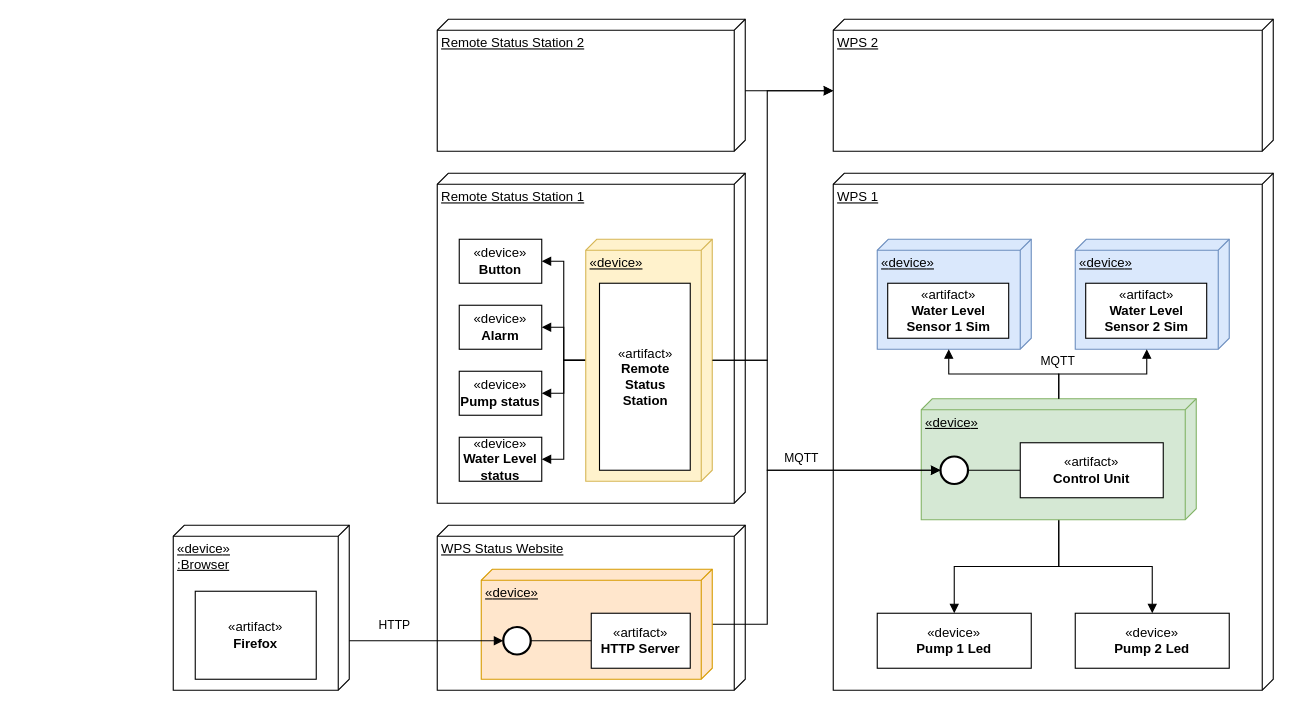
The draw.io diagram delivery-1/deployment-diagram-WPS.drawio in mendes-r/mescc-cslab, before the edit. Source tidied: cells renumbered, new cells numbered last; positions are measured from the earlier drawing's top-left corner, leaving out a move shared by most shapes. Both pictures are drawn from the tidied source at 110%, with x=0, y=0 at pixel (173, 19).
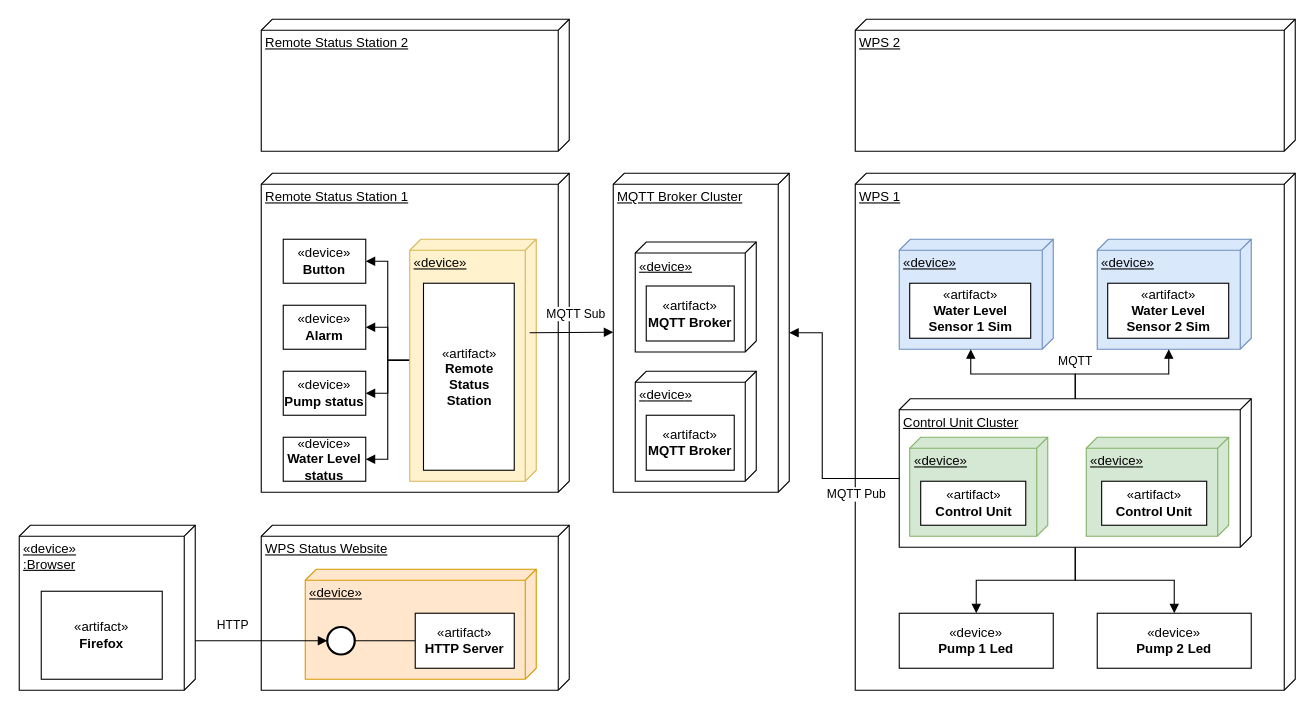
The same page after the edit.

What changed in the source:
```diff
@@
+    <mxCell id="45" value="MQTT Broker Cluster" style="verticalAlign=top;align=left;spacingTop=8;spacingLeft=2;spacingRight=12;shape=cube;size=10;direction=south;fontStyle=4;html=1;whiteSpace=wrap;" parent="1" vertex="1">
+      <mxGeometry x="400" y="140" width="160" height="290" as="geometry" />
+    </mxCell>
     <mxCell id="2" value="Remote Status Station 1" style="verticalAlign=top;align=left;spacingTop=8;spacingLeft=2;spacingRight=12;shape=cube;size=10;direction=south;fontStyle=4;html=1;whiteSpace=wrap;" parent="1" vertex="1">
-      <mxGeometry x="240" y="140" width="280" height="300" as="geometry" />
+      <mxGeometry x="80" y="140" width="280" height="290" as="geometry" />
     </mxCell>
     <mxCell id="3" value="WPS 1" style="verticalAlign=top;align=left;spacingTop=8;spacingLeft=2;spacingRight=12;shape=cube;size=10;direction=south;fontStyle=4;html=1;whiteSpace=wrap;" parent="1" vertex="1">
-      <mxGeometry x="600" y="140" width="400" height="470" as="geometry" />
+      <mxGeometry x="620" y="140" width="400" height="470" as="geometry" />
     </mxCell>
@@
-    <mxCell id="6" value="«&lt;span style=&quot;background-color: initial;&quot;&gt;device&lt;/span&gt;»" style="verticalAlign=top;align=left;spacingTop=8;spacingLeft=2;spacingRight=12;shape=cube;size=10;direction=south;fontStyle=4;html=1;whiteSpace=wrap;fillColor=#d5e8d4;strokeColor=#82b366;" parent="1" vertex="1">
-      <mxGeometry x="680" y="345" width="250" height="110" as="geometry" />
+    <mxCell id="6" value="Control Unit Cluster" style="verticalAlign=top;align=left;spacingTop=8;spacingLeft=2;spacingRight=12;shape=cube;size=10;direction=south;fontStyle=4;html=1;whiteSpace=wrap;" parent="1" vertex="1">
+      <mxGeometry x="660" y="345" width="320" height="135" as="geometry" />
     </mxCell>
-    <mxCell id="7" style="edgeStyle=orthogonalEdgeStyle;rounded=0;jettySize=auto;html=1;entryX=0;entryY=0.5;entryDx=0;entryDy=0;startArrow=none;startFill=0;endArrow=none;endFill=0;exitX=1;exitY=0.5;exitDx=0;exitDy=0;" parent="1" edge="1" source="18" target="31">
-      <mxGeometry relative="1" as="geometry" />
-    </mxCell>
     <mxCell id="8" value="«&lt;span style=&quot;background-color: initial;&quot;&gt;device&lt;/span&gt;»" style="verticalAlign=top;align=left;spacingTop=8;spacingLeft=2;spacingRight=12;shape=cube;size=10;direction=south;fontStyle=4;html=1;whiteSpace=wrap;fillColor=#dae8fc;strokeColor=#6c8ebf;" parent="1" vertex="1">
-      <mxGeometry x="640" y="200" width="140" height="100" as="geometry" />
+      <mxGeometry x="660" y="200" width="140" height="100" as="geometry" />
     </mxCell>
     <mxCell id="9" value="«artifact»&lt;br&gt;&lt;b&gt;Water Level Sensor 1 Sim&lt;/b&gt;" style="html=1;whiteSpace=wrap;" parent="1" vertex="1">
-      <mxGeometry x="649.5" y="240" width="110" height="50" as="geometry" />
+      <mxGeometry x="669.5" y="240" width="110" height="50" as="geometry" />
     </mxCell>
     <mxCell id="10" value="«&lt;span style=&quot;background-color: initial;&quot;&gt;device&lt;/span&gt;»" style="verticalAlign=top;align=left;spacingTop=8;spacingLeft=2;spacingRight=12;shape=cube;size=10;direction=south;fontStyle=4;html=1;whiteSpace=wrap;fillColor=#dae8fc;strokeColor=#6c8ebf;" parent="1" vertex="1">
-      <mxGeometry x="820" y="200" width="140" height="100" as="geometry" />
+      <mxGeometry x="840" y="200" width="140" height="100" as="geometry" />
     </mxCell>
     <mxCell id="11" value="«artifact»&lt;br&gt;&lt;b&gt;Water Level Sensor 2 Sim&lt;/b&gt;" style="html=1;whiteSpace=wrap;" parent="1" vertex="1">
-      <mxGeometry x="829.5" y="240" width="110" height="50" as="geometry" />
+      <mxGeometry x="849.5" y="240" width="110" height="50" as="geometry" />
     </mxCell>
     <mxCell id="12" value="«device»&lt;br&gt;&lt;b&gt;Pump 1 Led&lt;/b&gt;" style="html=1;whiteSpace=wrap;" parent="1" vertex="1">
-      <mxGeometry x="640" y="540" width="140" height="50" as="geometry" />
+      <mxGeometry x="660" y="540" width="140" height="50" as="geometry" />
     </mxCell>
     <mxCell id="13" value="«device»&lt;br&gt;&lt;b&gt;Pump 2 Led&lt;/b&gt;" style="html=1;whiteSpace=wrap;" parent="1" vertex="1">
-      <mxGeometry x="820" y="540" width="140" height="50" as="geometry" />
+      <mxGeometry x="840" y="540" width="140" height="50" as="geometry" />
     </mxCell>
     <mxCell id="14" value="WPS 2" style="verticalAlign=top;align=left;spacingTop=8;spacingLeft=2;spacingRight=12;shape=cube;size=10;direction=south;fontStyle=4;html=1;whiteSpace=wrap;" parent="1" vertex="1">
-      <mxGeometry x="600" width="400" height="120" as="geometry" />
+      <mxGeometry x="620" width="400" height="120" as="geometry" />
     </mxCell>
@@
-    <mxCell id="18" style="ellipse;whiteSpace=wrap;html=1;strokeWidth=2;" parent="1" vertex="1">
-      <mxGeometry x="697.5" y="397.5" width="25" height="25" as="geometry" />
-    </mxCell>
-    <mxCell id="19" style="edgeStyle=orthogonalEdgeStyle;rounded=0;jettySize=auto;html=1;entryX=0;entryY=0.5;entryDx=0;entryDy=0;endArrow=block;endFill=1;" parent="1" edge="1" source="25" target="18">
-      <mxGeometry relative="1" as="geometry">
-        <Array as="points">
-          <mxPoint x="540" y="310" />
-          <mxPoint x="540" y="410" />
-        </Array>
-      </mxGeometry>
-    </mxCell>
-    <mxCell id="20" value="MQTT" style="edgeLabel;html=1;align=center;verticalAlign=middle;" parent="19" vertex="1">
-      <mxGeometry x="0.29" y="1" relative="1" as="geometry">
-        <mxPoint x="-18" y="-11" as="offset" />
-      </mxGeometry>
-    </mxCell>
     <mxCell id="21" style="edgeStyle=orthogonalEdgeStyle;rounded=0;jettySize=auto;html=1;entryX=1;entryY=0.5;entryDx=0;entryDy=0;endArrow=block;endFill=1;" parent="1" edge="1" source="25" target="30">
       <mxGeometry relative="1" as="geometry">
         <Array as="points">
-          <mxPoint x="355" y="310" />
-          <mxPoint x="355" y="220" />
+          <mxPoint x="195" y="310" />
+          <mxPoint x="195" y="220" />
         </Array>
       </mxGeometry>
     </mxCell>
@@
     <mxCell id="25" value="«&lt;span style=&quot;background-color: initial;&quot;&gt;device&lt;/span&gt;»" style="verticalAlign=top;align=left;spacingTop=8;spacingLeft=2;spacingRight=12;shape=cube;size=10;direction=south;fontStyle=4;html=1;whiteSpace=wrap;fillColor=#fff2cc;strokeColor=#d6b656;" parent="1" vertex="1">
-      <mxGeometry x="375" y="200" width="115" height="220" as="geometry" />
+      <mxGeometry x="215" y="200" width="115" height="220" as="geometry" />
     </mxCell>
     <mxCell id="26" value="«artifact»&lt;br&gt;&lt;b&gt;Remote Status &lt;br&gt;Station&lt;br&gt;&lt;/b&gt;" style="html=1;whiteSpace=wrap;" parent="1" vertex="1">
-      <mxGeometry x="387.5" y="240" width="82.5" height="170" as="geometry" />
+      <mxGeometry x="227.5" y="240" width="82.5" height="170" as="geometry" />
     </mxCell>
     <mxCell id="27" value="«device»&lt;br&gt;&lt;b&gt;Water Level status&lt;/b&gt;" style="html=1;whiteSpace=wrap;" parent="1" vertex="1">
-      <mxGeometry x="260" y="380" width="75" height="40" as="geometry" />
+      <mxGeometry x="100" y="380" width="75" height="40" as="geometry" />
     </mxCell>
     <mxCell id="28" value="«device»&lt;br&gt;&lt;b&gt;Pump status&lt;/b&gt;" style="html=1;whiteSpace=wrap;" parent="1" vertex="1">
-      <mxGeometry x="260" y="320" width="75" height="40" as="geometry" />
+      <mxGeometry x="100" y="320" width="75" height="40" as="geometry" />
     </mxCell>
     <mxCell id="29" value="«device»&lt;br&gt;&lt;b&gt;Alarm&lt;/b&gt;" style="html=1;whiteSpace=wrap;" parent="1" vertex="1">
-      <mxGeometry x="260" y="260" width="75" height="40" as="geometry" />
+      <mxGeometry x="100" y="260" width="75" height="40" as="geometry" />
     </mxCell>
     <mxCell id="30" value="«device»&lt;br&gt;&lt;b&gt;Button&lt;/b&gt;" style="html=1;whiteSpace=wrap;" parent="1" vertex="1">
-      <mxGeometry x="260" y="200" width="75" height="40" as="geometry" />
+      <mxGeometry x="100" y="200" width="75" height="40" as="geometry" />
     </mxCell>
-    <mxCell id="31" value="«artifact»&lt;br&gt;&lt;b&gt;Control Unit&lt;/b&gt;" style="html=1;whiteSpace=wrap;" parent="1" vertex="1">
-      <mxGeometry x="770" y="385" width="130" height="50" as="geometry" />
-    </mxCell>
     <mxCell id="32" value="Remote Status Station 2" style="verticalAlign=top;align=left;spacingTop=8;spacingLeft=2;spacingRight=12;shape=cube;size=10;direction=south;fontStyle=4;html=1;whiteSpace=wrap;" parent="1" vertex="1">
-      <mxGeometry x="240" width="280" height="120" as="geometry" />
+      <mxGeometry x="80" width="280" height="120" as="geometry" />
     </mxCell>
     <mxCell id="33" value="WPS Status Website" style="verticalAlign=top;align=left;spacingTop=8;spacingLeft=2;spacingRight=12;shape=cube;size=10;direction=south;fontStyle=4;html=1;whiteSpace=wrap;" parent="1" vertex="1">
-      <mxGeometry x="240" y="460" width="280" height="150" as="geometry" />
+      <mxGeometry x="80" y="460" width="280" height="150" as="geometry" />
     </mxCell>
-    <mxCell id="34" style="edgeStyle=orthogonalEdgeStyle;rounded=0;jettySize=auto;html=1;entryX=0;entryY=0.5;entryDx=0;entryDy=0;" parent="1" edge="1" source="35" target="18">
-      <mxGeometry relative="1" as="geometry">
-        <Array as="points">
-          <mxPoint x="540" y="550" />
-          <mxPoint x="540" y="410" />
-        </Array>
-      </mxGeometry>
-    </mxCell>
     <mxCell id="35" value="«&lt;span style=&quot;background-color: initial;&quot;&gt;device&lt;/span&gt;»" style="verticalAlign=top;align=left;spacingTop=8;spacingLeft=2;spacingRight=12;shape=cube;size=10;direction=south;fontStyle=4;html=1;whiteSpace=wrap;fillColor=#ffe6cc;strokeColor=#d79b00;" parent="1" vertex="1">
-      <mxGeometry x="280" y="500" width="210" height="100" as="geometry" />
+      <mxGeometry x="120" y="500" width="210" height="100" as="geometry" />
     </mxCell>
     <mxCell id="36" value="«artifact»&lt;br&gt;&lt;b&gt;HTTP Server&lt;/b&gt;" style="html=1;whiteSpace=wrap;" parent="1" vertex="1">
-      <mxGeometry x="380" y="540" width="90" height="50" as="geometry" />
+      <mxGeometry x="220" y="540" width="90" height="50" as="geometry" />
     </mxCell>
-    <mxCell id="37" style="edgeStyle=orthogonalEdgeStyle;rounded=0;jettySize=auto;html=1;entryX=0;entryY=0;entryDx=65;entryDy=400;entryPerimeter=0;" parent="1" edge="1" source="32" target="14">
-      <mxGeometry relative="1" as="geometry">
-        <Array as="points">
-          <mxPoint x="570" y="65" />
-          <mxPoint x="570" y="65" />
-        </Array>
-      </mxGeometry>
-    </mxCell>
-    <mxCell id="38" style="edgeStyle=orthogonalEdgeStyle;rounded=0;jettySize=auto;html=1;entryX=0;entryY=0;entryDx=65;entryDy=400;entryPerimeter=0;endArrow=block;endFill=1;" parent="1" edge="1" source="25" target="14">
-      <mxGeometry relative="1" as="geometry">
-        <Array as="points">
-          <mxPoint x="540" y="310" />
-          <mxPoint x="540" y="65" />
-        </Array>
-      </mxGeometry>
-    </mxCell>
     <mxCell id="39" value="«&lt;span style=&quot;border-color: var(--border-color); color: rgb(0, 0, 0); background-color: initial;&quot;&gt;device&lt;/span&gt;&lt;span style=&quot;color: rgb(0, 0, 0);&quot;&gt;»&lt;br&gt;:Browser&lt;br&gt;&lt;/span&gt;" style="verticalAlign=top;align=left;spacingTop=8;spacingLeft=2;spacingRight=12;shape=cube;size=10;direction=south;fontStyle=4;html=1;whiteSpace=wrap;" parent="1" vertex="1">
-      <mxGeometry y="460" width="160" height="150" as="geometry" />
+      <mxGeometry x="-140" y="460" width="160" height="150" as="geometry" />
     </mxCell>
     <mxCell id="40" value="«artifact»&lt;br&gt;&lt;b&gt;Firefox&lt;/b&gt;" style="html=1;whiteSpace=wrap;" parent="1" vertex="1">
-      <mxGeometry x="20" y="520" width="110" height="80" as="geometry" />
+      <mxGeometry x="-120" y="520" width="110" height="80" as="geometry" />
     </mxCell>
     <mxCell id="41" style="edgeStyle=orthogonalEdgeStyle;rounded=0;jettySize=auto;html=1;entryX=0;entryY=0.5;entryDx=0;entryDy=0;endArrow=block;endFill=1;" parent="1" edge="1" source="39" target="44">
       <mxGeometry relative="1" as="geometry">
         <Array as="points">
-          <mxPoint x="230" y="565" />
-          <mxPoint x="230" y="565" />
+          <mxPoint x="70" y="565" />
+          <mxPoint x="70" y="565" />
         </Array>
       </mxGeometry>
     </mxCell>
@@
     <mxCell id="44" style="ellipse;whiteSpace=wrap;html=1;strokeWidth=2;" parent="1" vertex="1">
-      <mxGeometry x="300" y="552.5" width="25" height="25" as="geometry" />
+      <mxGeometry x="140" y="552.5" width="25" height="25" as="geometry" />
     </mxCell>
+    <mxCell id="46" value="«&lt;span style=&quot;background-color: initial;&quot;&gt;device&lt;/span&gt;»" style="verticalAlign=top;align=left;spacingTop=8;spacingLeft=2;spacingRight=12;shape=cube;size=10;direction=south;fontStyle=4;html=1;whiteSpace=wrap;" parent="1" vertex="1">
+      <mxGeometry x="420" y="202.5" width="110" height="100" as="geometry" />
+    </mxCell>
+    <mxCell id="47" value="«artifact»&lt;br&gt;&lt;b&gt;MQTT Broker&lt;/b&gt;" style="html=1;whiteSpace=wrap;" parent="1" vertex="1">
+      <mxGeometry x="430" y="242.5" width="80" height="50" as="geometry" />
+    </mxCell>
+    <mxCell id="48" value="«&lt;span style=&quot;background-color: initial;&quot;&gt;device&lt;/span&gt;»" style="verticalAlign=top;align=left;spacingTop=8;spacingLeft=2;spacingRight=12;shape=cube;size=10;direction=south;fontStyle=4;html=1;whiteSpace=wrap;" parent="1" vertex="1">
+      <mxGeometry x="420" y="320" width="110" height="100" as="geometry" />
+    </mxCell>
+    <mxCell id="49" value="«&lt;span style=&quot;background-color: initial;&quot;&gt;device&lt;/span&gt;»" style="verticalAlign=top;align=left;spacingTop=8;spacingLeft=2;spacingRight=12;shape=cube;size=10;direction=south;fontStyle=4;html=1;whiteSpace=wrap;fillColor=#d5e8d4;strokeColor=#82b366;" parent="1" vertex="1">
+      <mxGeometry x="830" y="380" width="129.5" height="90" as="geometry" />
+    </mxCell>
+    <mxCell id="50" value="«artifact»&lt;br&gt;&lt;b&gt;MQTT Broker&lt;/b&gt;" style="html=1;whiteSpace=wrap;" parent="1" vertex="1">
+      <mxGeometry x="430" y="360" width="80" height="50" as="geometry" />
+    </mxCell>
+    <mxCell id="31" value="«artifact»&lt;br&gt;&lt;b&gt;Control Unit&lt;/b&gt;" style="html=1;whiteSpace=wrap;" parent="1" vertex="1">
+      <mxGeometry x="844" y="420" width="95.5" height="40" as="geometry" />
+    </mxCell>
+    <mxCell id="51" value="«&lt;span style=&quot;background-color: initial;&quot;&gt;device&lt;/span&gt;»" style="verticalAlign=top;align=left;spacingTop=8;spacingLeft=2;spacingRight=12;shape=cube;size=10;direction=south;fontStyle=4;html=1;whiteSpace=wrap;fillColor=#d5e8d4;strokeColor=#82b366;" parent="1" vertex="1">
+      <mxGeometry x="669.5" y="380" width="125.5" height="90" as="geometry" />
+    </mxCell>
+    <mxCell id="52" value="«artifact»&lt;br&gt;&lt;b&gt;Control Unit&lt;/b&gt;" style="html=1;whiteSpace=wrap;" parent="1" vertex="1">
+      <mxGeometry x="679.5" y="420" width="95.5" height="40" as="geometry" />
+    </mxCell>
+    <mxCell id="53" style="endArrow=block;html=1;rounded=0;exitX=0;exitY=0;exitDx=72.5;exitDy=320;exitPerimeter=0;entryX=0;entryY=0;entryDx=145;entryDy=0;entryPerimeter=0;edgeStyle=orthogonalEdgeStyle;endFill=1;" parent="1" edge="1" source="6" target="45">
+      <mxGeometry relative="1" as="geometry">
+        <Array as="points">
+          <mxPoint x="590" y="418" />
+          <mxPoint x="590" y="285" />
+        </Array>
+      </mxGeometry>
+    </mxCell>
+    <mxCell id="54" value="MQTT Pub" style="edgeLabel;html=1;align=center;verticalAlign=middle;" parent="53" vertex="1">
+      <mxGeometry x="0.06" y="-2" relative="1" as="geometry">
+        <mxPoint x="28" y="67" as="offset" />
+      </mxGeometry>
+    </mxCell>
+    <mxCell id="55" style="endArrow=none;html=1;rounded=0;exitX=0.497;exitY=1.006;exitDx=0;exitDy=0;exitPerimeter=0;endFill=0;startArrow=block;startFill=1;" parent="1" edge="1">
+      <mxGeometry relative="1" as="geometry">
+        <mxPoint x="400" y="284.5" as="sourcePoint" />
+        <mxPoint x="324" y="285" as="targetPoint" />
+      </mxGeometry>
+    </mxCell>
+    <mxCell id="56" value="MQTT Sub" style="edgeLabel;html=1;align=center;verticalAlign=middle;" parent="55" vertex="1">
+      <mxGeometry x="-0.01" y="1" relative="1" as="geometry">
+        <mxPoint x="3" y="-18" as="offset" />
+      </mxGeometry>
+    </mxCell>
```
